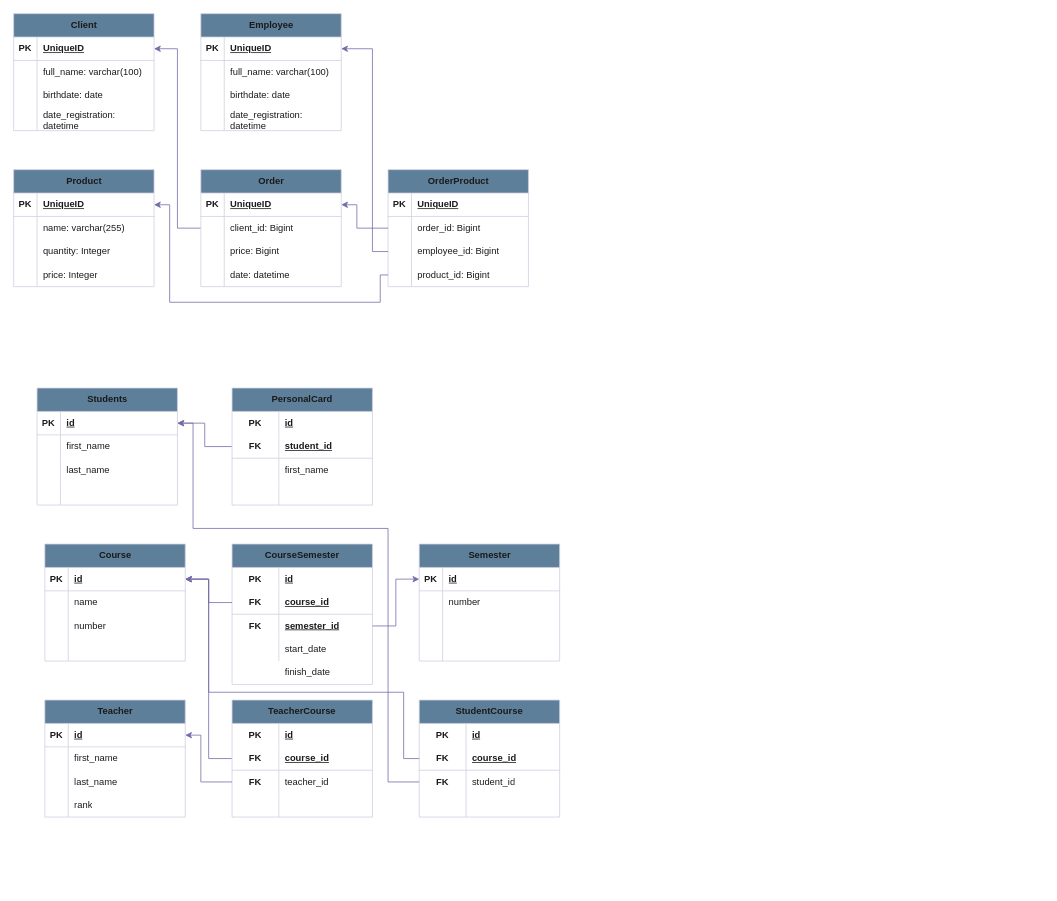
Above: page "Страница — 3" (3 of 4) of Диаграмма без названия.drawio in KmvRoman/Diagrams (draw.io), before the change. Source tidied: cells renumbered, new cells numbered last; positions are measured from the earlier drawing's top-left corner, leaving out a move shared by most shapes. Both pictures are drawn from the tidied source at 78%, with x=0, y=0 at pixel (13, 13).
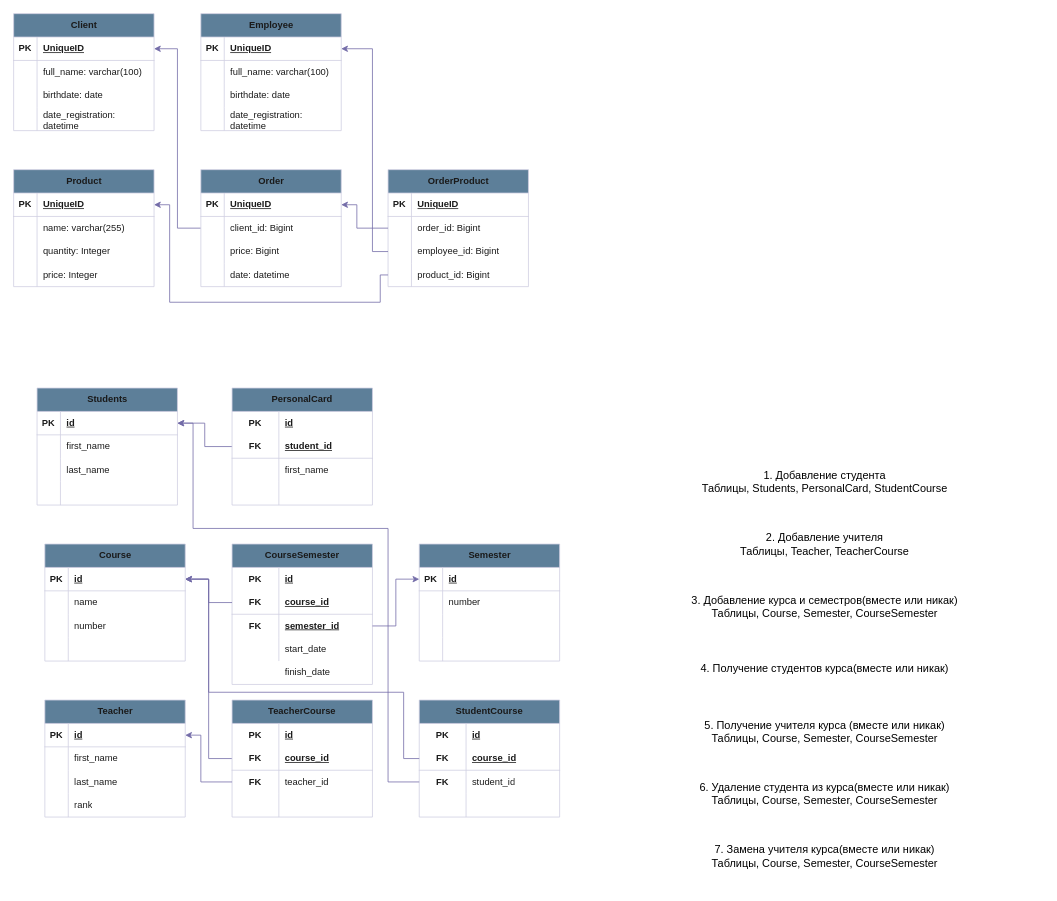
The same diagram, later.

What changed in the source:
```diff
@@
+    <mxCell id="186" value="&lt;font style=&quot;font-size: 14px;&quot;&gt;1. Добавление студента&lt;br&gt;Таблицы, Students, PersonalCard, StudentCourse&lt;br&gt;&lt;/font&gt;" style="text;html=1;strokeColor=none;fillColor=none;align=center;verticalAlign=middle;whiteSpace=wrap;rounded=0;strokeWidth=6;" parent="1" vertex="1">
+      <mxGeometry x="760" y="560" width="560" height="80" as="geometry" />
+    </mxCell>
+    <mxCell id="187" value="&lt;font style=&quot;font-size: 14px;&quot;&gt;2. Добавление учителя&lt;br&gt;Таблицы, Teacher, TeacherCourse&lt;br&gt;&lt;/font&gt;" style="text;html=1;strokeColor=none;fillColor=none;align=center;verticalAlign=middle;whiteSpace=wrap;rounded=0;strokeWidth=6;" parent="1" vertex="1">
+      <mxGeometry x="760" y="640" width="560" height="80" as="geometry" />
+    </mxCell>
+    <mxCell id="188" value="&lt;font style=&quot;font-size: 14px;&quot;&gt;3. Добавление курса и семестров(вместе или никак)&lt;br&gt;Таблицы, Course, Semester, CourseSemester&lt;br&gt;&lt;/font&gt;" style="text;html=1;strokeColor=none;fillColor=none;align=center;verticalAlign=middle;whiteSpace=wrap;rounded=0;strokeWidth=6;" parent="1" vertex="1">
+      <mxGeometry x="760" y="720" width="560" height="80" as="geometry" />
+    </mxCell>
+    <mxCell id="189" value="&lt;font style=&quot;font-size: 14px;&quot;&gt;4. Получение студентов курса(вместе или никак)&lt;br&gt;&lt;/font&gt;" style="text;html=1;strokeColor=none;fillColor=none;align=center;verticalAlign=middle;whiteSpace=wrap;rounded=0;strokeWidth=6;" parent="1" vertex="1">
+      <mxGeometry x="760" y="800" width="560" height="80" as="geometry" />
+    </mxCell>
+    <mxCell id="190" value="&lt;font style=&quot;font-size: 14px;&quot;&gt;5. Получение учителя курса (вместе или никак)&lt;br&gt;Таблицы, Course, Semester, CourseSemester&lt;br&gt;&lt;/font&gt;" style="text;html=1;strokeColor=none;fillColor=none;align=center;verticalAlign=middle;whiteSpace=wrap;rounded=0;strokeWidth=6;" parent="1" vertex="1">
+      <mxGeometry x="760" y="880" width="560" height="80" as="geometry" />
+    </mxCell>
+    <mxCell id="191" value="&lt;font style=&quot;font-size: 14px;&quot;&gt;6. Удаление студента из курса(вместе или никак)&lt;br&gt;Таблицы, Course, Semester, CourseSemester&lt;br&gt;&lt;/font&gt;" style="text;html=1;strokeColor=none;fillColor=none;align=center;verticalAlign=middle;whiteSpace=wrap;rounded=0;strokeWidth=6;" parent="1" vertex="1">
+      <mxGeometry x="760" y="960" width="560" height="80" as="geometry" />
+    </mxCell>
+    <mxCell id="192" value="&lt;font style=&quot;font-size: 14px;&quot;&gt;7. Замена учителя курса(вместе или никак)&lt;br&gt;Таблицы, Course, Semester, CourseSemester&lt;br&gt;&lt;/font&gt;" style="text;html=1;strokeColor=none;fillColor=none;align=center;verticalAlign=middle;whiteSpace=wrap;rounded=0;strokeWidth=6;" parent="1" vertex="1">
+      <mxGeometry x="760" y="1040" width="560" height="80" as="geometry" />
+    </mxCell>
```
